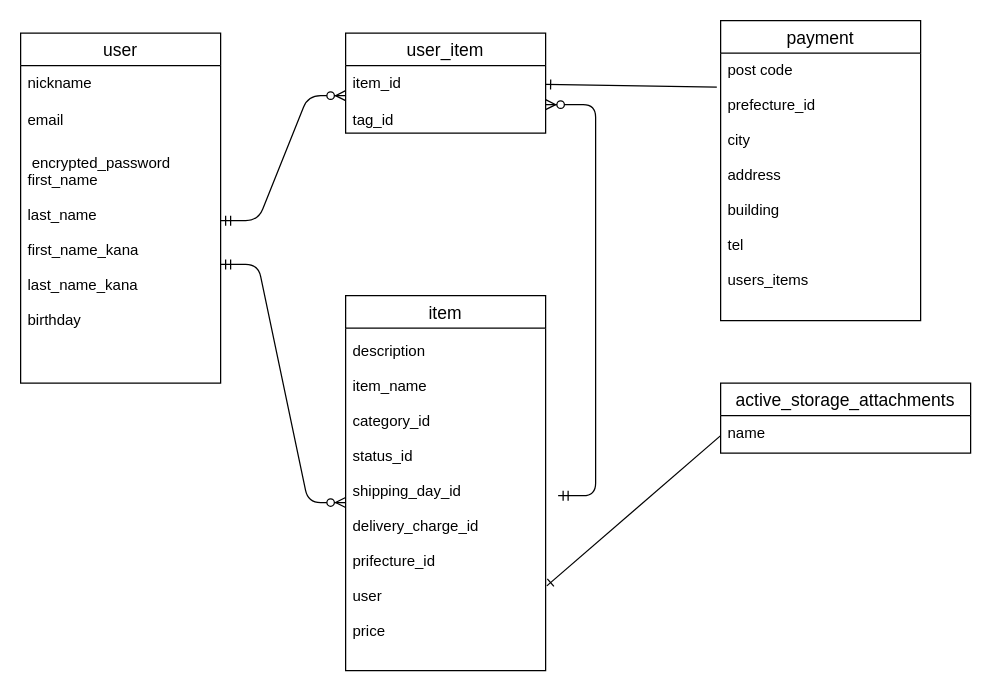
This is test.dio from tasukuyusato/furima-38444, a draw.io file, before an edit. Source tidied: cells renumbered, new cells numbered last; positions are measured from the earlier drawing's top-left corner, leaving out a move shared by most shapes. Both pictures are drawn from the tidied source at 125%, with x=0, y=0 at pixel (20, 20).
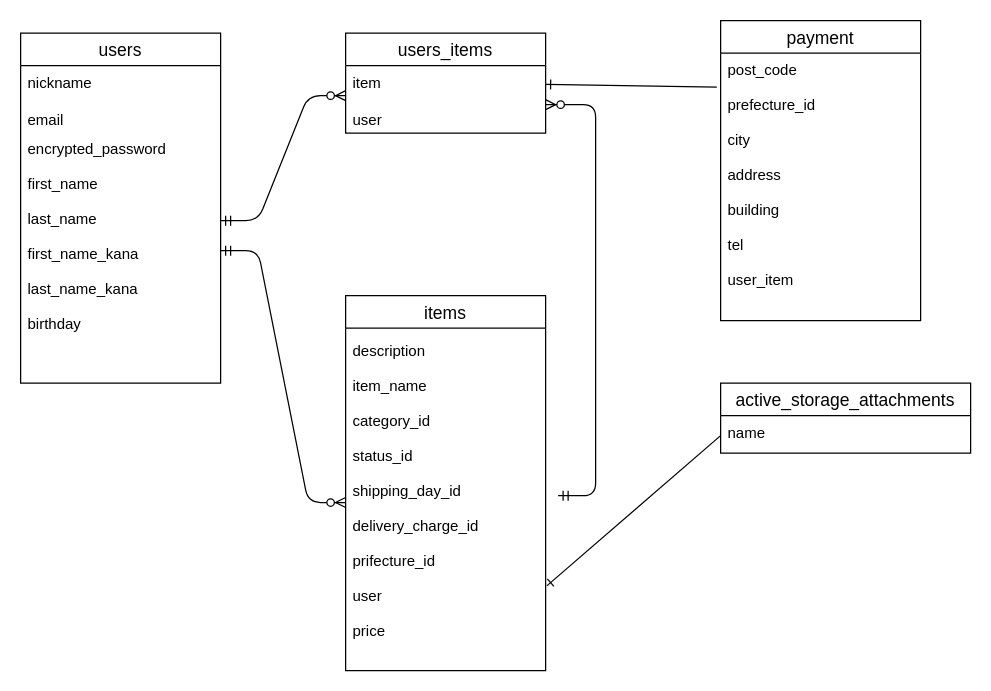
The same diagram, later.

Unchanged cells that the change refers to:
```xml
<mxCell id="12" value="payment" style="swimlane;fontStyle=0;horizontal=1;startSize=26;align=center;fontSize=14;" parent="1" vertex="1">
  <mxGeometry x="560" width="160" height="240" as="geometry" />
</mxCell>
```

Diff of the diagram source:
```diff
@@
-    <mxCell id="2" value="user" style="swimlane;fontStyle=0;horizontal=1;startSize=26;align=center;fontSize=14;" parent="1" vertex="1">
+    <mxCell id="2" value="users" style="swimlane;fontStyle=0;horizontal=1;startSize=26;align=center;fontSize=14;" parent="1" vertex="1">
       <mxGeometry y="10" width="160" height="280" as="geometry" />
     </mxCell>
@@
-    <mxCell id="5" value=" encrypted_password&#10;first_name&#10;&#10;last_name&#10;&#10;first_name_kana&#10;&#10;last_name_kana&#10;&#10;birthday" style="text;strokeColor=none;fillColor=none;spacingLeft=4;spacingRight=4;overflow=hidden;points=[[0,0.5],[1,0.5]];portConstraint=eastwest;fontSize=12;" parent="1" vertex="1">
-      <mxGeometry y="100" width="160" height="190" as="geometry" />
+    <mxCell id="5" value="encrypted_password&#10;&#10;first_name&#10;&#10;last_name&#10;&#10;first_name_kana&#10;&#10;last_name_kana&#10;&#10;birthday" style="text;strokeColor=none;fillColor=none;spacingLeft=4;spacingRight=4;overflow=hidden;points=[[0,0.5],[1,0.5]];portConstraint=eastwest;fontSize=12;" parent="1" vertex="1">
+      <mxGeometry y="89" width="160" height="190" as="geometry" />
     </mxCell>
-    <mxCell id="6" value="item" style="swimlane;fontStyle=0;horizontal=1;startSize=26;align=center;fontSize=14;" parent="1" vertex="1">
+    <mxCell id="6" value="items" style="swimlane;fontStyle=0;horizontal=1;startSize=26;align=center;fontSize=14;" parent="1" vertex="1">
       <mxGeometry x="260" y="220" width="160" height="300" as="geometry" />
     </mxCell>
-    <mxCell id="7" value="user_item" style="swimlane;fontStyle=0;horizontal=1;startSize=26;align=center;fontSize=14;" parent="1" vertex="1">
+    <mxCell id="7" value="users_items" style="swimlane;fontStyle=0;horizontal=1;startSize=26;align=center;fontSize=14;" parent="1" vertex="1">
       <mxGeometry x="260" y="10" width="160" height="80" as="geometry" />
     </mxCell>
-    <mxCell id="8" value="item_id" style="text;strokeColor=none;fillColor=none;spacingLeft=4;spacingRight=4;overflow=hidden;points=[[0,0.5],[1,0.5]];portConstraint=eastwest;fontSize=12;" parent="7" vertex="1">
+    <mxCell id="8" value="item" style="text;strokeColor=none;fillColor=none;spacingLeft=4;spacingRight=4;overflow=hidden;points=[[0,0.5],[1,0.5]];portConstraint=eastwest;fontSize=12;" parent="7" vertex="1">
       <mxGeometry y="26" width="160" height="30" as="geometry" />
     </mxCell>
-    <mxCell id="9" value="tag_id" style="text;strokeColor=none;fillColor=none;spacingLeft=4;spacingRight=4;overflow=hidden;points=[[0,0.5],[1,0.5]];portConstraint=eastwest;fontSize=12;" parent="7" vertex="1">
+    <mxCell id="9" value="user" style="text;strokeColor=none;fillColor=none;spacingLeft=4;spacingRight=4;overflow=hidden;points=[[0,0.5],[1,0.5]];portConstraint=eastwest;fontSize=12;" parent="7" vertex="1">
       <mxGeometry y="56" width="160" height="24" as="geometry" />
     </mxCell>
@@
-    <mxCell id="13" value="post code&#10;&#10;prefecture_id&#10;&#10;city&#10;&#10;address&#10;&#10;building&#10;&#10;tel&#10;&#10;users_items" style="text;strokeColor=none;fillColor=none;spacingLeft=4;spacingRight=4;overflow=hidden;points=[[0,0.5],[1,0.5]];portConstraint=eastwest;fontSize=12;" parent="12" vertex="1">
+    <mxCell id="13" value="post_code&#10;&#10;prefecture_id&#10;&#10;city&#10;&#10;address&#10;&#10;building&#10;&#10;tel&#10;&#10;user_item" style="text;strokeColor=none;fillColor=none;spacingLeft=4;spacingRight=4;overflow=hidden;points=[[0,0.5],[1,0.5]];portConstraint=eastwest;fontSize=12;" parent="12" vertex="1">
       <mxGeometry y="26" width="160" height="214" as="geometry" />
     </mxCell>
```
